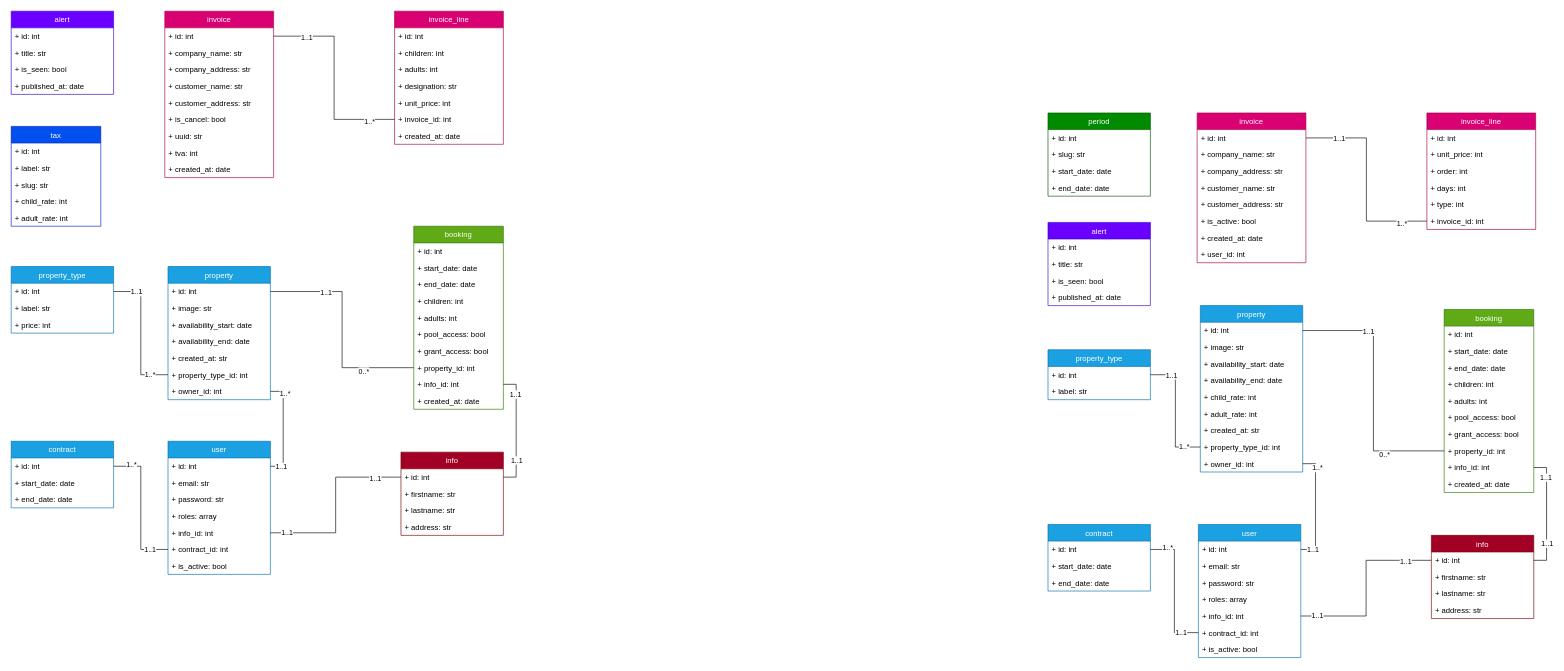
Earlier version of the draw.io diagram schema_bdd_tp_symfony.drawio (artiq75/tp_symfony). Source tidied: cells renumbered, new cells numbered last; positions are measured from the earlier drawing's top-left corner, leaving out a move shared by most shapes. Both pictures are drawn from the tidied source at 64%, with x=0, y=0 at pixel (11, 11).
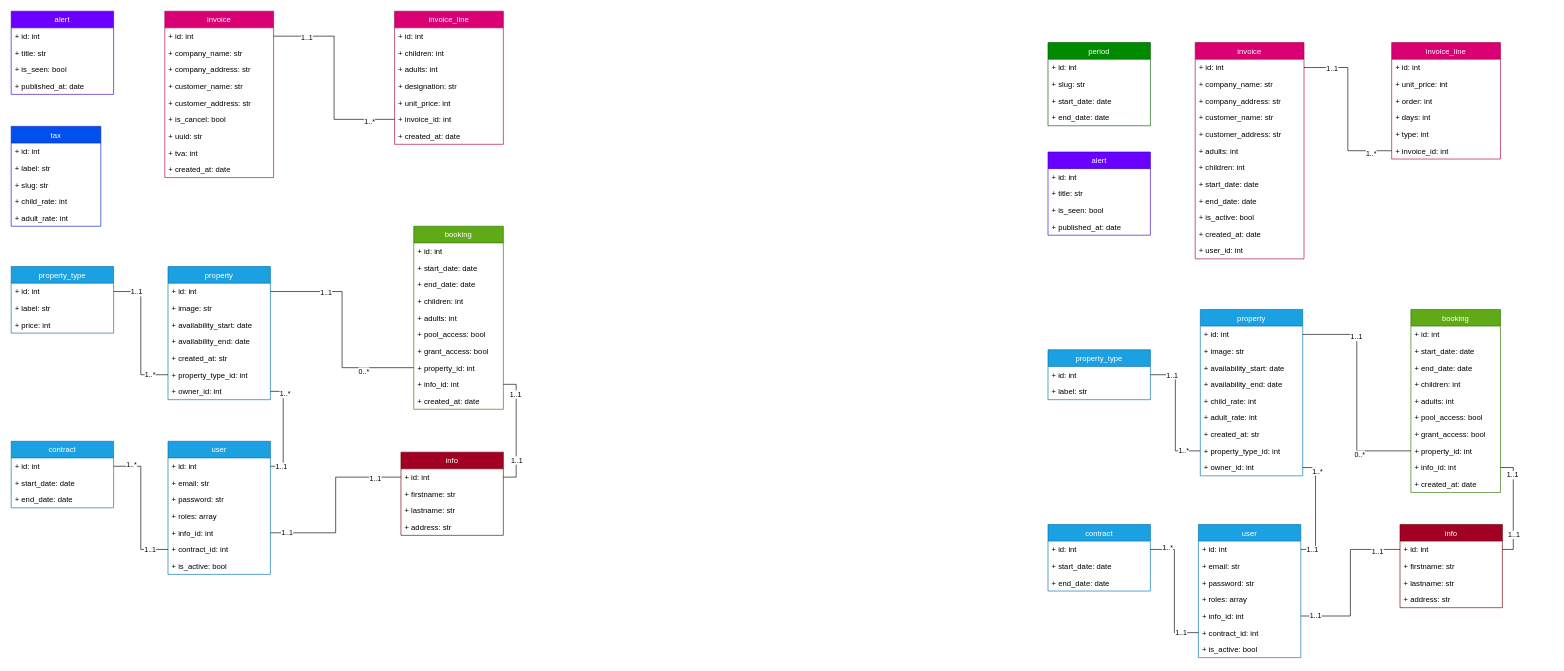
After the change.

Change to the diagram source:
```diff
@@
     <mxCell id="92" value="property" style="swimlane;fontStyle=0;horizontal=1;startSize=26;fillColor=#1ba1e2;fontColor=#ffffff;strokeColor=#006EAF;" parent="1" vertex="1">
-      <mxGeometry x="1858" y="460" width="160" height="260" as="geometry" />
+      <mxGeometry x="1858" y="466" width="160" height="260" as="geometry" />
     </mxCell>
@@
     <mxCell id="102" value="booking" style="swimlane;fontStyle=0;horizontal=1;startSize=26;fillColor=#60a917;fontColor=#ffffff;strokeColor=#2D7600;" parent="1" vertex="1">
-      <mxGeometry x="2239" y="466" width="140" height="286" as="geometry" />
+      <mxGeometry x="2187" y="466" width="140" height="286" as="geometry" />
     </mxCell>
@@
     <mxCell id="133" value="info" style="swimlane;fontStyle=0;horizontal=1;startSize=26;fillColor=#a20025;fontColor=#ffffff;strokeColor=#6F0000;" parent="1" vertex="1">
-      <mxGeometry x="2219" y="819" width="160" height="130" as="geometry" />
+      <mxGeometry x="2170" y="802" width="160" height="130" as="geometry" />
     </mxCell>
@@
     <mxCell id="145" value="invoice" style="swimlane;fontStyle=0;horizontal=1;startSize=26;fillColor=#d80073;fontColor=#ffffff;strokeColor=#A50040;" parent="1" vertex="1">
-      <mxGeometry x="1853" y="159" width="170" height="234" as="geometry" />
+      <mxGeometry x="1850" y="49" width="170" height="338" as="geometry" />
     </mxCell>
@@
+    <mxCell id="180" value="+ adults: int" style="text;strokeColor=none;fillColor=none;align=left;verticalAlign=top;spacingLeft=4;spacingRight=4;overflow=hidden;" parent="145" vertex="1">
+      <mxGeometry y="156" width="170" height="26" as="geometry" />
+    </mxCell>
+    <mxCell id="181" value="+ children: int" style="text;strokeColor=none;fillColor=none;align=left;verticalAlign=top;spacingLeft=4;spacingRight=4;overflow=hidden;" parent="145" vertex="1">
+      <mxGeometry y="182" width="170" height="26" as="geometry" />
+    </mxCell>
+    <mxCell id="182" value="+ start_date: date" style="text;strokeColor=none;fillColor=none;align=left;verticalAlign=top;spacingLeft=4;spacingRight=4;overflow=hidden;" parent="145" vertex="1">
+      <mxGeometry y="208" width="170" height="26" as="geometry" />
+    </mxCell>
+    <mxCell id="183" value="+ end_date: date" style="text;strokeColor=none;fillColor=none;align=left;verticalAlign=top;spacingLeft=4;spacingRight=4;overflow=hidden;" parent="145" vertex="1">
+      <mxGeometry y="234" width="170" height="26" as="geometry" />
+    </mxCell>
     <mxCell id="151" value="+ is_active: bool" style="text;strokeColor=none;fillColor=none;align=left;verticalAlign=top;spacingLeft=4;spacingRight=4;overflow=hidden;" parent="145" vertex="1">
-      <mxGeometry y="156" width="170" height="26" as="geometry" />
+      <mxGeometry y="260" width="170" height="26" as="geometry" />
     </mxCell>
     <mxCell id="152" value="+ created_at: date" style="text;strokeColor=none;fillColor=none;align=left;verticalAlign=top;spacingLeft=4;spacingRight=4;overflow=hidden;" parent="145" vertex="1">
-      <mxGeometry y="182" width="170" height="26" as="geometry" />
+      <mxGeometry y="286" width="170" height="26" as="geometry" />
     </mxCell>
     <mxCell id="153" value="+ user_id: int" style="text;strokeColor=none;fillColor=none;align=left;verticalAlign=top;spacingLeft=4;spacingRight=4;overflow=hidden;" parent="145" vertex="1">
-      <mxGeometry y="208" width="170" height="26" as="geometry" />
+      <mxGeometry y="312" width="170" height="26" as="geometry" />
     </mxCell>
     <mxCell id="154" value="alert" style="swimlane;fontStyle=0;horizontal=1;startSize=26;fillColor=#6a00ff;fontColor=#ffffff;strokeColor=#3700CC;" parent="1" vertex="1">
-      <mxGeometry x="1620" y="330" width="160" height="130" as="geometry" />
+      <mxGeometry x="1620" y="220" width="160" height="130" as="geometry" />
     </mxCell>
@@
     <mxCell id="159" value="invoice_line" style="swimlane;fontStyle=0;horizontal=1;startSize=26;fillColor=#d80073;fontColor=#ffffff;strokeColor=#A50040;" parent="1" vertex="1">
-      <mxGeometry x="2212" y="159" width="170" height="182" as="geometry" />
+      <mxGeometry x="2157" y="49" width="170" height="182" as="geometry" />
     </mxCell>
@@
     <mxCell id="175" value="period" style="swimlane;fontStyle=0;horizontal=1;startSize=26;fillColor=#008a00;fontColor=#ffffff;strokeColor=#005700;" parent="1" vertex="1">
-      <mxGeometry x="1620" y="159" width="160" height="130" as="geometry" />
+      <mxGeometry x="1620" y="49" width="160" height="130" as="geometry" />
     </mxCell>
```
